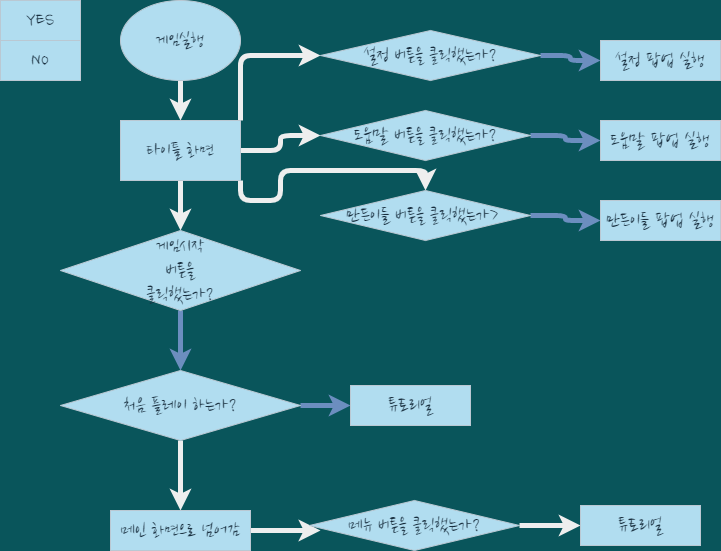
Before: gameplay_flowchat.drawio.png, a diagram exported from draw.io (kinesis19/stac_project_SME). Source tidied: cells renumbered, new cells last; positions are measured from the earlier drawing's top-left corner, leaving out a move shared by most shapes.
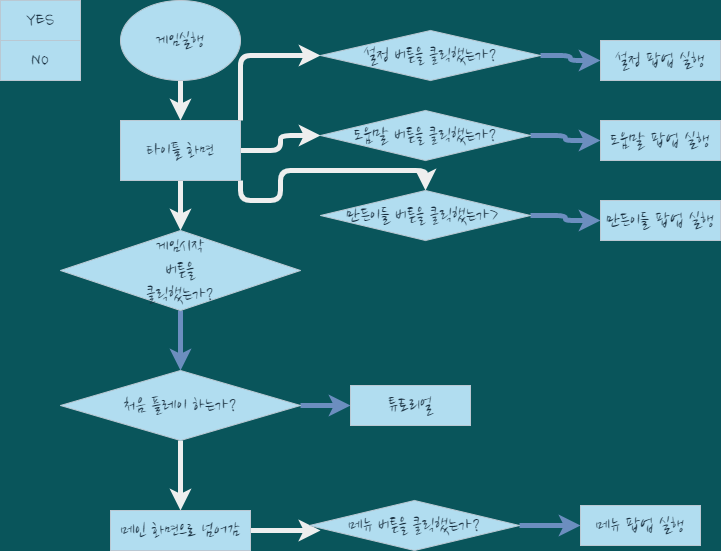
After the change.

Diff of the diagram source:
```diff
@@ -82,13 +82,13 @@
     <mxCell id="27" value="메인 화면으로 넘어감" style="rounded=0;whiteSpace=wrap;html=1;sketch=0;fontFamily=Nanum Brush Script;fontSource=https%3A%2F%2Ffonts.googleapis.com%2Fcss%3Ffamily%3DNanum%2BBrush%2BScript;fontSize=20;fillColor=#B1DDF0;strokeColor=#BAC8D3;fontColor=#182E3E;" parent="1" vertex="1">
       <mxGeometry x="110" y="510" width="140" height="40" as="geometry" />
     </mxCell>
-    <mxCell id="28" style="edgeStyle=orthogonalEdgeStyle;curved=0;rounded=1;sketch=0;jettySize=auto;html=1;entryX=0;entryY=0.5;entryDx=0;entryDy=0;fontColor=#FFFFFF;strokeColor=#EEEEEE;strokeWidth=5;" parent="1" edge="1" source="29" target="30">
+    <mxCell id="28" style="edgeStyle=orthogonalEdgeStyle;curved=0;rounded=1;sketch=0;jettySize=auto;html=1;entryX=0;entryY=0.5;entryDx=0;entryDy=0;fontColor=#FFFFFF;strokeColor=#6c8ebf;strokeWidth=5;fillColor=#dae8fc;gradientColor=#7ea6e0;" parent="1" edge="1" source="29" target="30">
       <mxGeometry relative="1" as="geometry" />
     </mxCell>
     <mxCell id="29" value="메뉴 버튼을 클릭했는가?" style="rhombus;whiteSpace=wrap;html=1;rounded=0;sketch=0;fontFamily=Nanum Brush Script;fontSource=https%3A%2F%2Ffonts.googleapis.com%2Fcss%3Ffamily%3DNanum%2BBrush%2BScript;fontSize=20;fillColor=#B1DDF0;strokeColor=#BAC8D3;fontColor=#182E3E;" parent="1" vertex="1">
       <mxGeometry x="309" y="500" width="210" height="50" as="geometry" />
     </mxCell>
-    <mxCell id="30" value="튜토리얼" style="rounded=0;whiteSpace=wrap;html=1;sketch=0;fontFamily=Nanum Brush Script;fontSource=https%3A%2F%2Ffonts.googleapis.com%2Fcss%3Ffamily%3DNanum%2BBrush%2BScript;fontSize=20;fillColor=#B1DDF0;strokeColor=#BAC8D3;fontColor=#182E3E;" parent="1" vertex="1">
+    <mxCell id="30" value="메뉴 팝업 실행" style="rounded=0;whiteSpace=wrap;html=1;sketch=0;fontFamily=Nanum Brush Script;fontSource=https%3A%2F%2Ffonts.googleapis.com%2Fcss%3Ffamily%3DNanum%2BBrush%2BScript;fontSize=20;fillColor=#B1DDF0;strokeColor=#BAC8D3;fontColor=#182E3E;" parent="1" vertex="1">
       <mxGeometry x="580" y="505" width="120" height="40" as="geometry" />
     </mxCell>
   </root>
```
